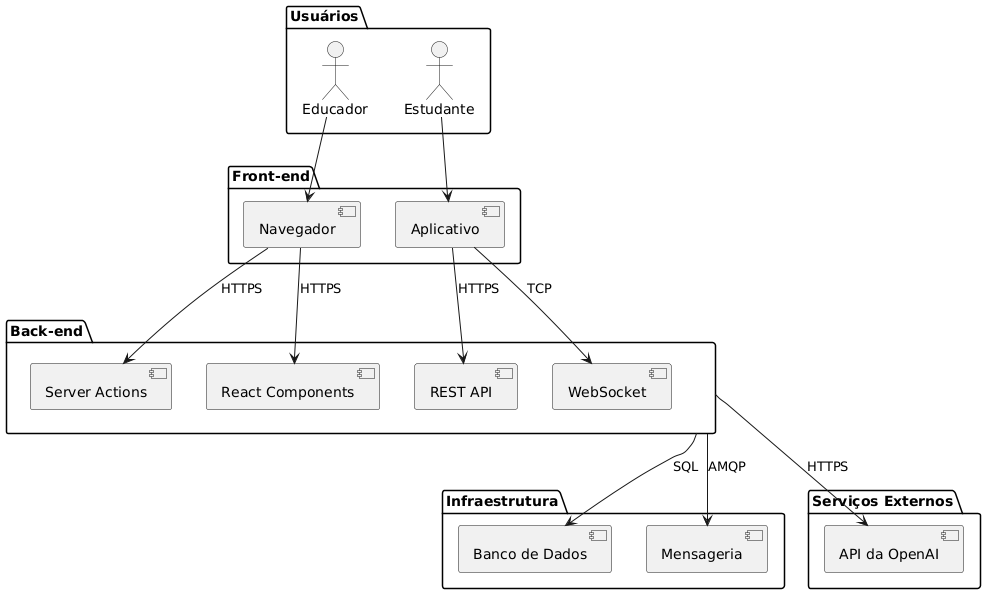
The PlantUML diagram docs/assets/diagrama-de-componentes.png in lucaazalim/ti-5-mindrush, before a commit. Its source is kept beside it as docs/assets/diagrama-de-componentes.puml.
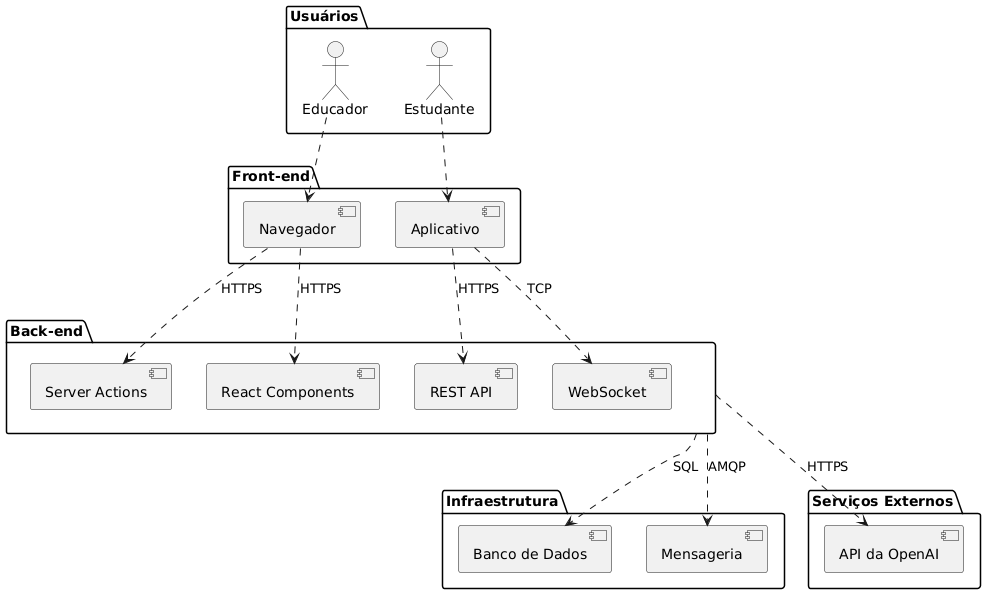
The same file after the commit.

Commit message:
docs: tornando pontilhadas as setas do diagrama de componentes.

What changed in the source:
```diff
@@ -25,16 +25,16 @@
     [API da OpenAI]
 }
 
-Educador --> [Navegador]
-Estudante --> [Aplicativo]
+Educador ..> [Navegador]
+Estudante ..> [Aplicativo]
 
-[Navegador] --> [Server Actions] : HTTPS
-[Navegador] --> [React Components] : HTTPS
+[Navegador] ..> [Server Actions] : HTTPS
+[Navegador] ..> [React Components] : HTTPS
 
-[Aplicativo] --> [REST API] : HTTPS
-[Aplicativo] --> [WebSocket] : TCP
+[Aplicativo] ..> [REST API] : HTTPS
+[Aplicativo] ..> [WebSocket] : TCP
 
-[Back-end] --> [Banco de Dados] : SQL
-[Back-end] --> [Mensageria] : AMQP
-[Back-end] --> [API da OpenAI] : HTTPS
+[Back-end] ..> [Banco de Dados] : SQL
+[Back-end] ..> [Mensageria] : AMQP
+[Back-end] ..> [API da OpenAI] : HTTPS
 @enduml
```
